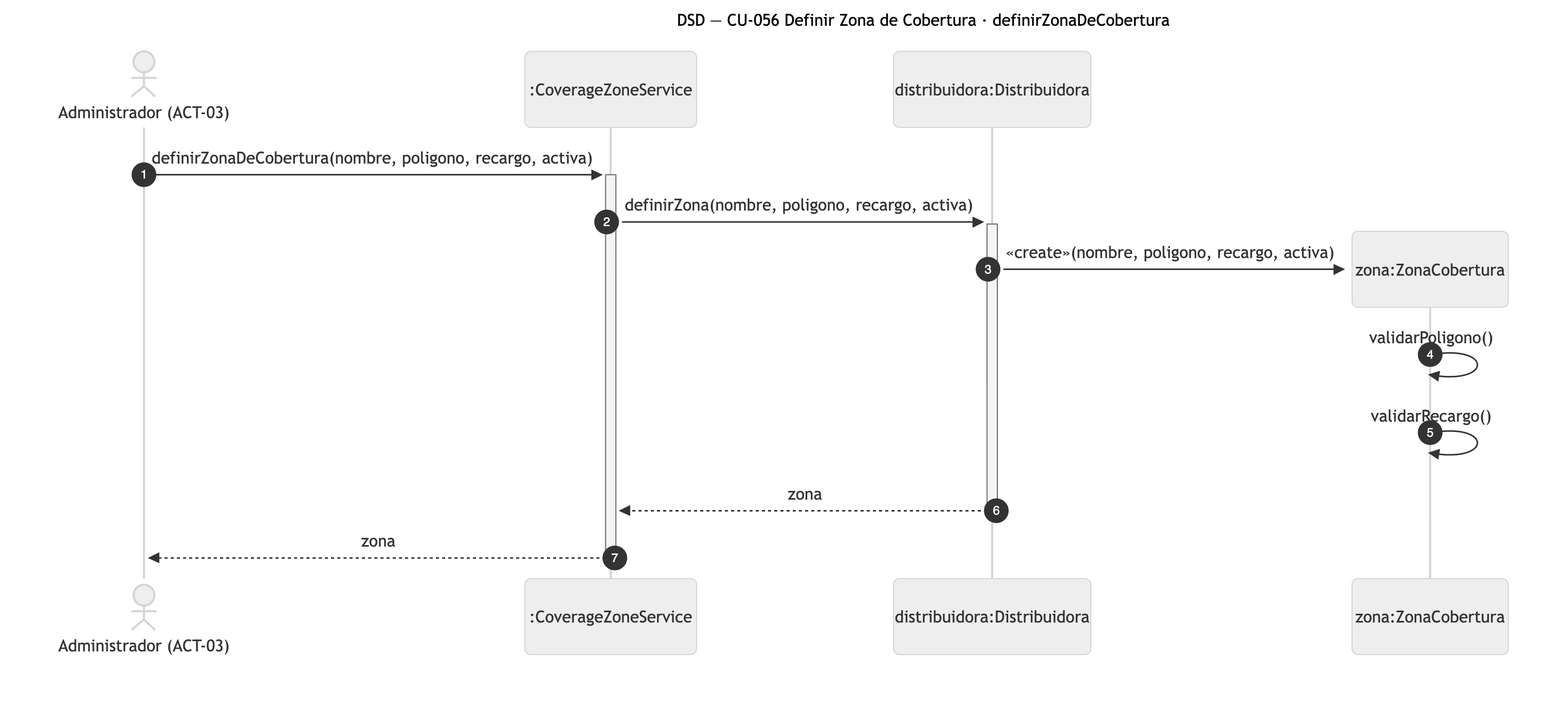
Earlier version of the Mermaid export diagramas/png/DSD_CU-056_definirZonaDeCobertura.png (Nahuelito-Dev/splg-docs). Its source is kept beside it as diagramas/DSD_CU-056_definirZonaDeCobertura.mmd.
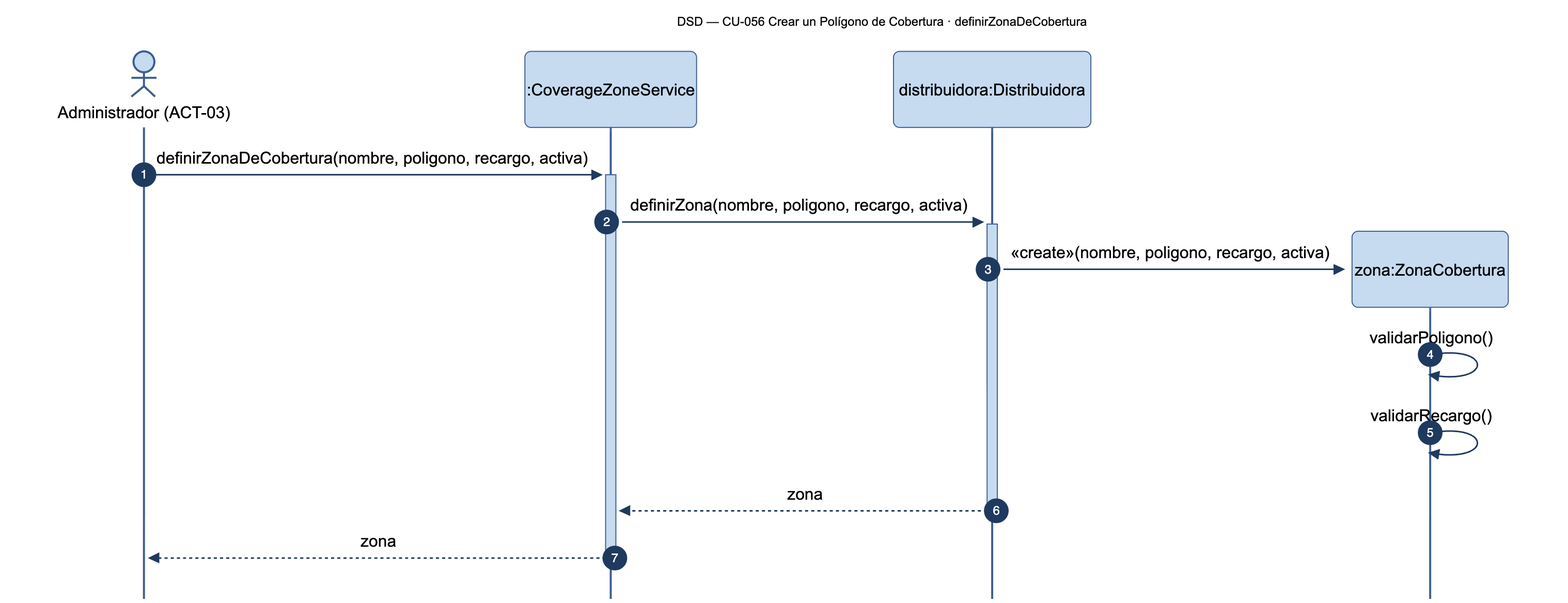
Above is the later version.

Change to the diagram source:
```diff
@@ -1,5 +1,5 @@
 sequenceDiagram
-    title DSD — CU-056 Definir Zona de Cobertura · definirZonaDeCobertura
+    title DSD — CU-056 Crear un Polígono de Cobertura · definirZonaDeCobertura
     autonumber
     actor ADM as Administrador (ACT-03)
     participant SRV as :CoverageZoneService
```
